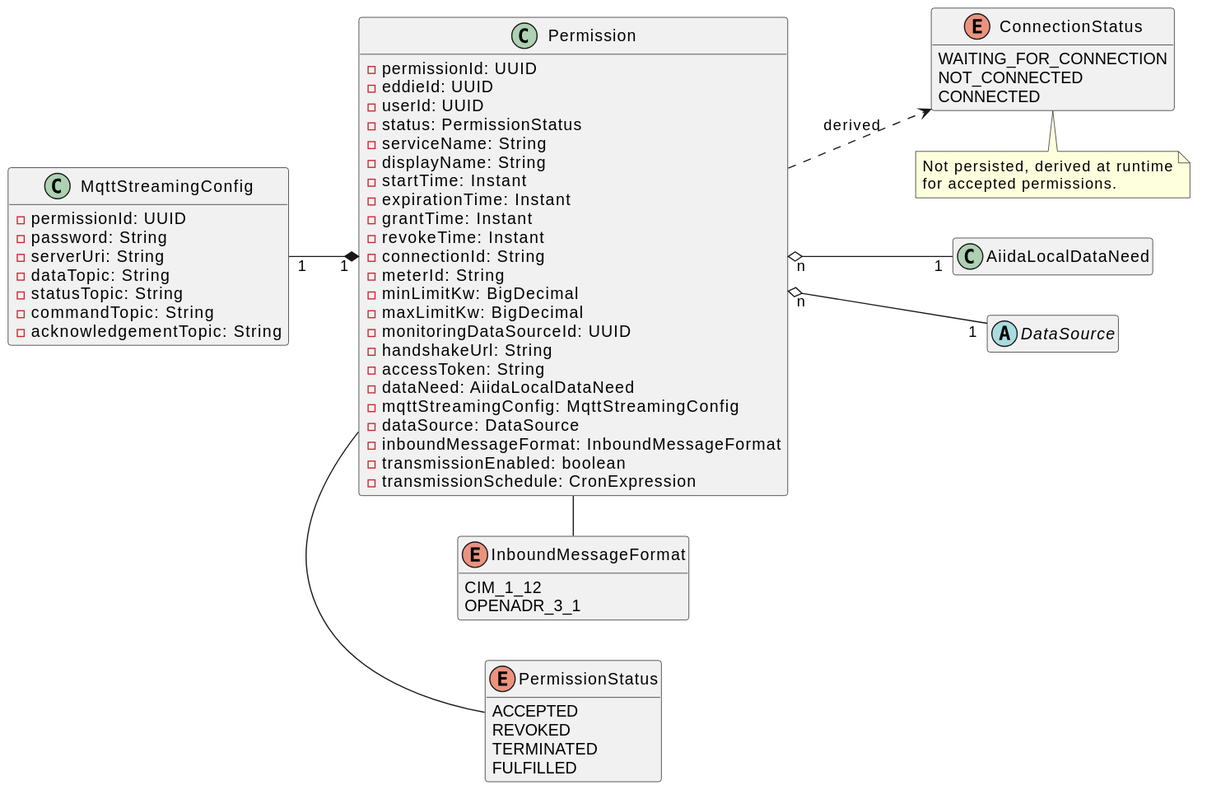
Earlier version of the PlantUML export aiida/docs/diagrams/aiida-class-diagram-permission.svg (eddie-energy/eddie).
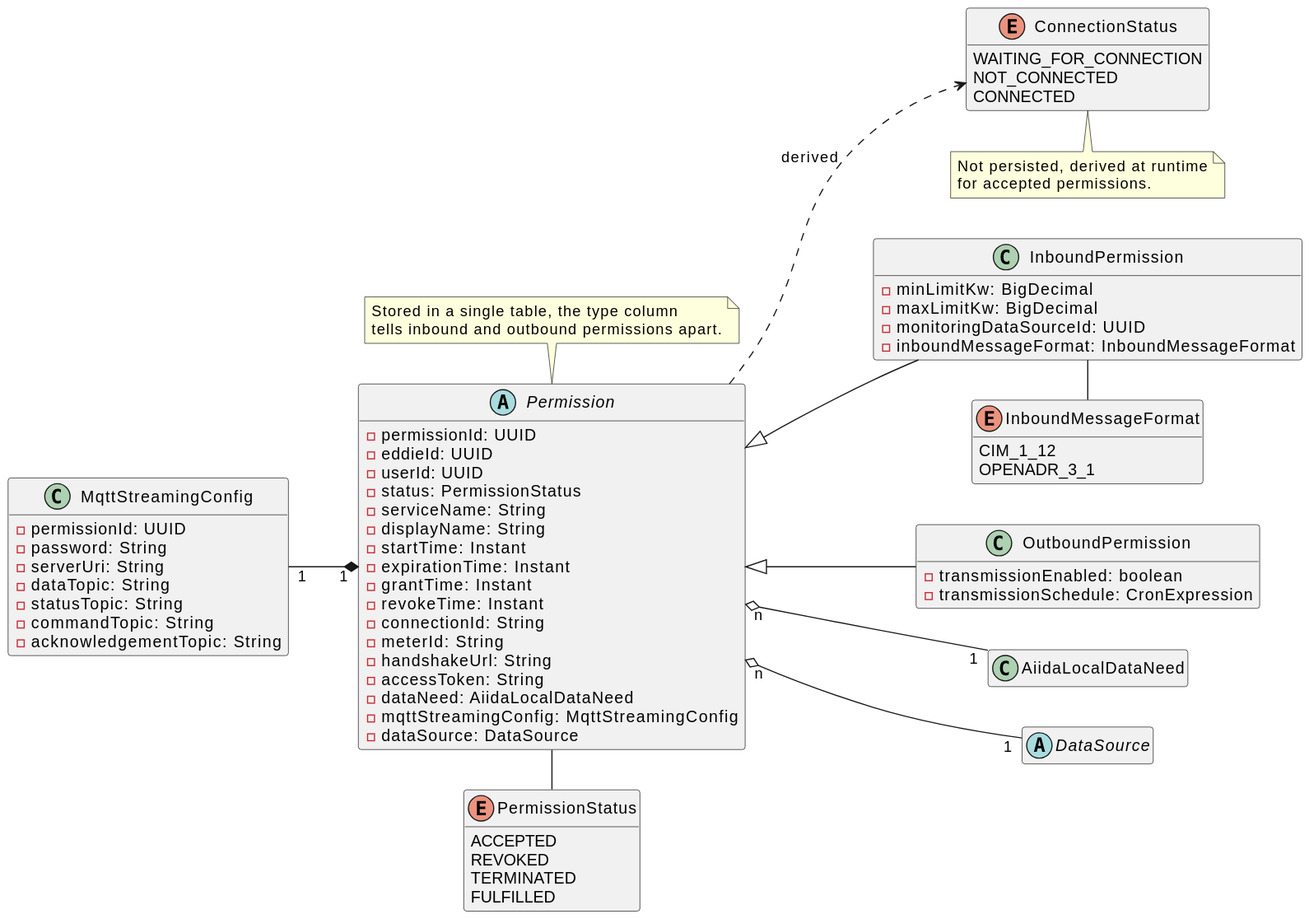
The same diagram one commit later.

Commit message:
docs(aiida): Document inbound and outbound permission subtypes

What changed in the source:
```diff
@@ -3,7 +3,7 @@
 hide empty members
 left to right direction
 
-class Permission {
+abstract class Permission {
     - permissionId: UUID
     - eddieId: UUID
     - userId: UUID
@@ -16,15 +16,26 @@
     - revokeTime: Instant
     - connectionId: String
     - meterId: String
-    - minLimitKw: BigDecimal
-    - maxLimitKw: BigDecimal
-    - monitoringDataSourceId: UUID
     - handshakeUrl: String
     - accessToken: String
     - dataNeed: AiidaLocalDataNeed
     - mqttStreamingConfig: MqttStreamingConfig
     - dataSource: DataSource
+}
+
+note top of Permission
+    Stored in a single table, the type column
+    tells inbound and outbound permissions apart.
+end note
+
+class InboundPermission {
+    - minLimitKw: BigDecimal
+    - maxLimitKw: BigDecimal
+    - monitoringDataSourceId: UUID
     - inboundMessageFormat: InboundMessageFormat
+}
+
+class OutboundPermission {
     - transmissionEnabled: boolean
     - transmissionSchedule: CronExpression
 }
@@ -67,10 +78,12 @@
     OPENADR_3_1
 }
 
+Permission <|-- InboundPermission
+Permission <|-- OutboundPermission
 Permission "n" o-- "1" AiidaLocalDataNeed
 Permission - PermissionStatus
 Permission ..> ConnectionStatus : derived
-Permission - InboundMessageFormat
+InboundPermission - InboundMessageFormat
 Permission "1" *-up- "1" MqttStreamingConfig
 Permission "n" o-- "1" DataSource
 @enduml
```
